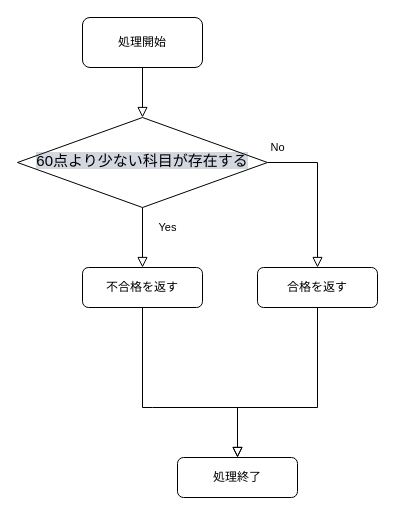
The draw.io diagram 名称未設定ファイル.drawio in masuda-yusei/javascript, before the edit. Source tidied: cells renumbered, new cells numbered last; positions are measured from the earlier drawing's top-left corner, leaving out a move shared by most shapes. Both pictures are drawn from the tidied source at 100%, with x=0, y=0 at pixel (17, 17).
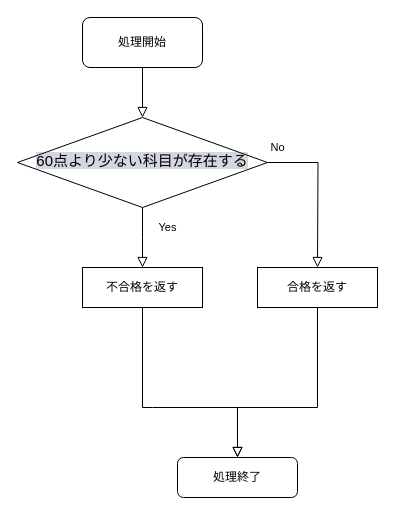
After the change.

Commit message (it also covers changes not shown here):
名称未設定ファイル.drawio を更新します

The edit, as a diff of the source:
```diff
@@
 <mxGraphModel>
   <root>
     <mxCell id="0" />
     <mxCell id="1" parent="0" />
     <mxCell id="2" style="rounded=0;html=1;jettySize=auto;fontSize=11;endArrow=block;endFill=0;endSize=8;strokeWidth=1;shadow=0;labelBackgroundColor=none;edgeStyle=orthogonalEdgeStyle;" parent="1" edge="1" source="3" target="6">
       <mxGeometry relative="1" as="geometry" />
     </mxCell>
     <mxCell id="3" value="処理開始" style="rounded=1;whiteSpace=wrap;html=1;fontSize=12;glass=0;strokeWidth=1;shadow=0;" parent="1" vertex="1">
       <mxGeometry x="65" width="120" height="50" as="geometry" />
     </mxCell>
-    <mxCell id="4" value="Yes" style="rounded=0;html=1;jettySize=auto;fontSize=11;endArrow=block;endFill=0;endSize=8;strokeWidth=1;shadow=0;labelBackgroundColor=none;edgeStyle=orthogonalEdgeStyle;entryX=0.5;entryY=0;entryDx=0;entryDy=0;" parent="1" edge="1" source="6" target="8">
-      <mxGeometry x="-0.33" y="25" relative="1" as="geometry" />
+    <mxCell id="4" value="Yes" style="rounded=0;html=1;jettySize=auto;fontSize=11;endArrow=block;endFill=0;endSize=8;strokeWidth=1;shadow=0;labelBackgroundColor=none;edgeStyle=orthogonalEdgeStyle;entryX=0.5;entryY=0;entryDx=0;entryDy=0;" parent="1" edge="1" source="6">
+      <mxGeometry x="-0.33" y="25" relative="1" as="geometry">
+        <mxPoint x="125" y="250" as="targetPoint" />
+      </mxGeometry>
     </mxCell>
-    <mxCell id="5" value="No" style="edgeStyle=orthogonalEdgeStyle;rounded=0;html=1;jettySize=auto;fontSize=11;endArrow=block;endFill=0;endSize=8;strokeWidth=1;shadow=0;labelBackgroundColor=none;entryX=0.5;entryY=0;entryDx=0;entryDy=0;exitX=1;exitY=0.5;exitDx=0;exitDy=0;exitPerimeter=0;" parent="1" edge="1" source="6" target="10">
-      <mxGeometry x="-0.87" y="15" relative="1" as="geometry" />
+    <mxCell id="5" value="No" style="edgeStyle=orthogonalEdgeStyle;rounded=0;html=1;jettySize=auto;fontSize=11;endArrow=block;endFill=0;endSize=8;strokeWidth=1;shadow=0;labelBackgroundColor=none;entryX=0.5;entryY=0;entryDx=0;entryDy=0;exitX=1;exitY=0.5;exitDx=0;exitDy=0;exitPerimeter=0;" parent="1" edge="1" source="6">
+      <mxGeometry x="-0.87" y="15" relative="1" as="geometry">
+        <mxPoint x="300" y="250" as="targetPoint" />
+      </mxGeometry>
     </mxCell>
     <mxCell id="6" value="&lt;span style=&quot;font-size: 15px ; background-color: rgba(35 , 58 , 97 , 0.2)&quot;&gt;60点より少ない科目が存在する&lt;/span&gt;" style="rhombus;whiteSpace=wrap;html=1;shadow=0;fontFamily=Helvetica;fontSize=12;align=center;strokeWidth=1;spacing=6;spacingTop=-4;" parent="1" vertex="1">
       <mxGeometry y="100" width="250" height="90" as="geometry" />
     </mxCell>
     <mxCell id="7" value="処理終了" style="rounded=1;whiteSpace=wrap;html=1;fontSize=12;glass=0;strokeWidth=1;shadow=0;" parent="1" vertex="1">
       <mxGeometry x="160" y="440" width="120" height="40" as="geometry" />
     </mxCell>
+    <mxCell id="9" style="rounded=0;html=1;jettySize=auto;fontSize=11;endArrow=block;endFill=0;endSize=8;strokeWidth=1;shadow=0;labelBackgroundColor=none;edgeStyle=orthogonalEdgeStyle;entryX=0.5;entryY=0;entryDx=0;entryDy=0;exitX=0.5;exitY=1;exitDx=0;exitDy=0;" parent="1" edge="1" target="7">
+      <mxGeometry relative="1" as="geometry">
+        <mxPoint x="125" y="290" as="sourcePoint" />
+        <Array as="points">
+          <mxPoint x="135" y="390" />
+          <mxPoint x="220" y="390" />
+          <mxPoint x="220" y="440" />
+        </Array>
+      </mxGeometry>
+    </mxCell>
+    <mxCell id="11" style="rounded=0;html=1;jettySize=auto;fontSize=11;endArrow=block;endFill=0;endSize=8;strokeWidth=1;shadow=0;labelBackgroundColor=none;edgeStyle=orthogonalEdgeStyle;entryX=0.5;entryY=0;entryDx=0;entryDy=0;exitX=0.5;exitY=1;exitDx=0;exitDy=0;" parent="1" edge="1" target="7">
+      <mxGeometry relative="1" as="geometry">
+        <mxPoint x="300" y="290" as="sourcePoint" />
+        <Array as="points">
+          <mxPoint x="300" y="390" />
+          <mxPoint x="220" y="390" />
+          <mxPoint x="220" y="440" />
+        </Array>
+      </mxGeometry>
+    </mxCell>
-    <mxCell id="8" value="不合格を返す" style="rounded=1;whiteSpace=wrap;html=1;fontSize=12;glass=0;strokeWidth=1;shadow=0;" parent="1" vertex="1">
+    <mxCell id="8" value="&lt;span&gt;不合格を返す&lt;/span&gt;" style="rounded=0;whiteSpace=wrap;html=1;" parent="1" vertex="1">
       <mxGeometry x="65" y="250" width="120" height="40" as="geometry" />
     </mxCell>
-    <mxCell id="9" style="rounded=0;html=1;jettySize=auto;fontSize=11;endArrow=block;endFill=0;endSize=8;strokeWidth=1;shadow=0;labelBackgroundColor=none;edgeStyle=orthogonalEdgeStyle;entryX=0.5;entryY=0;entryDx=0;entryDy=0;exitX=0.5;exitY=1;exitDx=0;exitDy=0;" parent="1" edge="1" source="8" target="7">
-      <mxGeometry relative="1" as="geometry">
-        <Array as="points">
-          <mxPoint x="135" y="390" />
-          <mxPoint x="220" y="390" />
-          <mxPoint x="220" y="440" />
-        </Array>
-      </mxGeometry>
-    </mxCell>
-    <mxCell id="10" value="合格を返す" style="rounded=1;whiteSpace=wrap;html=1;fontSize=12;glass=0;strokeWidth=1;shadow=0;" parent="1" vertex="1">
+    <mxCell id="10" value="&lt;span&gt;合格を返す&lt;/span&gt;" style="rounded=0;whiteSpace=wrap;html=1;" parent="1" vertex="1">
       <mxGeometry x="240" y="250" width="120" height="40" as="geometry" />
     </mxCell>
-    <mxCell id="11" style="rounded=0;html=1;jettySize=auto;fontSize=11;endArrow=block;endFill=0;endSize=8;strokeWidth=1;shadow=0;labelBackgroundColor=none;edgeStyle=orthogonalEdgeStyle;entryX=0.5;entryY=0;entryDx=0;entryDy=0;exitX=0.5;exitY=1;exitDx=0;exitDy=0;" parent="1" edge="1" source="10" target="7">
-      <mxGeometry relative="1" as="geometry">
-        <Array as="points">
-          <mxPoint x="300" y="390" />
-          <mxPoint x="220" y="390" />
-          <mxPoint x="220" y="440" />
-        </Array>
-      </mxGeometry>
-    </mxCell>
   </root>
 </mxGraphModel>
```
